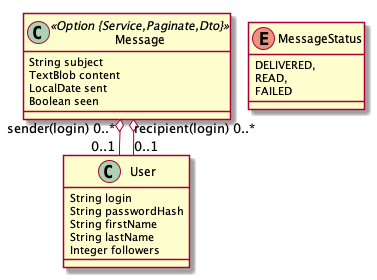
This is messages-entity.png from riri324/Spotify-webapp-team23, a PlantUML export, as it was before one commit.
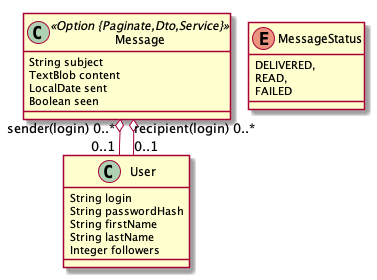
After the commit.

Change to the diagram source:
```diff
@@ -1,7 +1,7 @@
 @startuml
 	!pragma layout smetana
 	!pragma syntax class
-	class Message <<Option {Service,Paginate,Dto}>> {
+	class Message <<Option {Paginate,Dto,Service}>> {
 		String subject
 		TextBlob content
 		LocalDate sent
```
